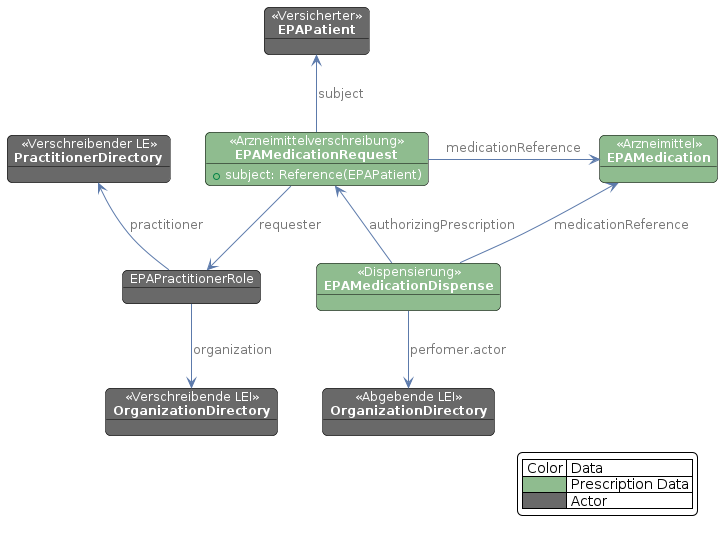
Above: images/plantuml/medication.fhir.model.png in gematik/ePA-Medication (PlantUML), before the change.
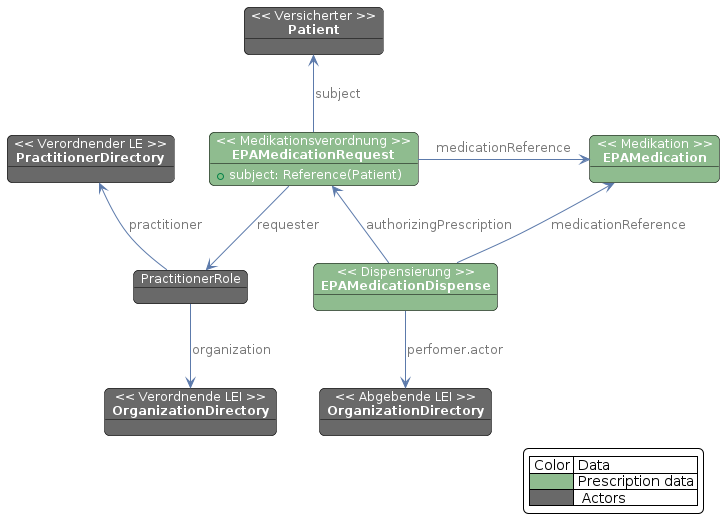
Above is the later version.

What changed in the source:
```diff
@@ -12,14 +12,14 @@
 }
 skinparam LegendBackgroundColor White
 
-object "<< Versicherter >>\n**EPAPatient**" as Patient
-object "<< Verschreibender LE >>\n**PractitionerDirectory**" as PrescribingPractitioner
-object "<< Verschreibende LEI >>\n**OrganizationDirectory**" as PrescribingOrganization
+object "<< Versicherter >>\n**Patient**" as Patient
+object "<< Verordnender LE >>\n**PractitionerDirectory**" as PrescribingPractitioner
+object "<< Verordnende LEI >>\n**OrganizationDirectory**" as PrescribingOrganization
 object "<< Abgebende LEI >>\n**OrganizationDirectory**" as DispenserOrganization
-object "EPAPractitionerRole" as PractionerRole
-object "<< Arzneimittel >>\n**EPAMedication**" as Medication #DarkSeaGreen
-object "<< Arzneimittelverschreibung >>\n**EPAMedicationRequest**" as MedicationRequest #DarkSeaGreen  {
-    + subject: Reference(EPAPatient)
+object "PractitionerRole" as PractionerRole
+object "<< Medikation >>\n**EPAMedication**" as Medication #DarkSeaGreen
+object "<< Medikationsverordnung >>\n**EPAMedicationRequest**" as MedicationRequest #DarkSeaGreen  {
+    + subject: Reference(Patient)
 }
 object "<< Dispensierung >>\n**EPAMedicationDispense**" as MedicationDispense #DarkSeaGreen
 
@@ -38,7 +38,7 @@
 
 legend right
     | Color | Data |
-    |<#DarkSeaGreen>| Prescription Data |
-    |<#DimGrey>| Actor |
+    |<#DarkSeaGreen>| Prescription data |
+    |<#DimGrey>|  Actors |
 endlegend
 @enduml
```
